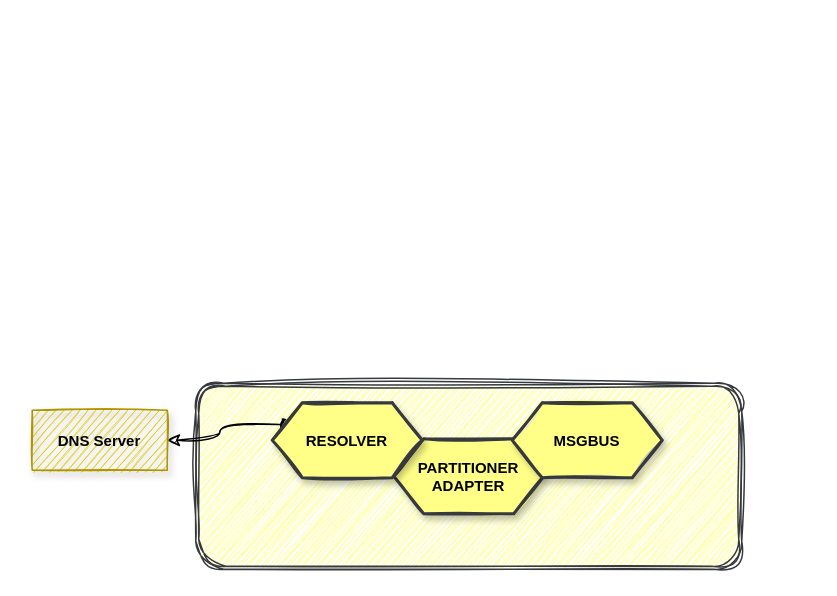
Earlier version of the draw.io diagram page "Partitioner" (4 of 4) of External_submodule.drawio (SunLucc/Test). Source tidied: cells renumbered, new cells numbered last; positions are measured from the earlier drawing's top-left corner, leaving out a move shared by most shapes. Both pictures are drawn from the tidied source at 150%, with x=0, y=0 at pixel (32, 382).
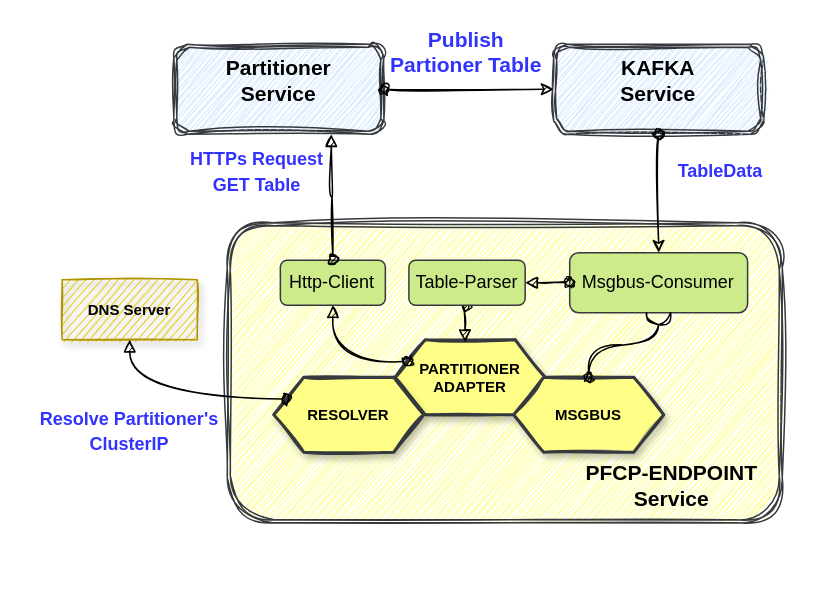
Above is the later version.

Change to the diagram source:
```diff
@@
+    <mxCell id="8" style="group;" parent="1" vertex="1">
+      <mxGeometry y="-236" width="520" height="329" as="geometry" />
+    </mxCell>
-    <mxCell id="2" style="shape=ext;double=1;rounded=1;whiteSpace=wrap;html=1;shadow=0;sketch=1;fillStyle=hachure;fontSize=14;fillColor=#ffff88;curveFitting=1;jiggle=2;strokeColor=#36393d;" parent="1" vertex="1">
-      <mxGeometry x="109" width="364" height="124" as="geometry" />
+    <mxCell id="2" style="shape=ext;double=1;rounded=1;whiteSpace=wrap;html=1;shadow=0;sketch=1;fillStyle=hachure;fontSize=14;fillColor=#ffff88;curveFitting=1;jiggle=2;strokeColor=#36393d;" parent="8" vertex="1">
+      <mxGeometry x="130" y="129" width="370" height="200" as="geometry" />
     </mxCell>
-    <mxCell id="3" value="&lt;b style=&quot;font-size: 10px;&quot;&gt;&lt;font style=&quot;font-size: 10px;&quot;&gt;PARTITIONER&lt;br style=&quot;font-size: 10px;&quot;&gt;ADAPTER&lt;br style=&quot;font-size: 10px;&quot;&gt;&lt;/font&gt;&lt;/b&gt;" style="shape=hexagon;perimeter=hexagonPerimeter2;whiteSpace=wrap;html=1;fixedSize=1;fillStyle=solid;fillColor=#ffff88;strokeColor=#36393d;fontSize=10;rounded=0;shadow=1;sketch=1;strokeWidth=2;" parent="1" vertex="1">
-      <mxGeometry x="241" y="37" width="100" height="50" as="geometry" />
+    <mxCell id="3" value="&lt;b style=&quot;font-size: 10px;&quot;&gt;&lt;font style=&quot;font-size: 10px;&quot;&gt;PARTITIONER&lt;br style=&quot;font-size: 10px;&quot;&gt;ADAPTER&lt;br style=&quot;font-size: 10px;&quot;&gt;&lt;/font&gt;&lt;/b&gt;" style="shape=hexagon;perimeter=hexagonPerimeter2;whiteSpace=wrap;html=1;fixedSize=1;fillStyle=solid;fillColor=#ffff88;strokeColor=#36393d;fontSize=10;rounded=0;shadow=1;sketch=1;strokeWidth=2;" parent="8" vertex="1">
+      <mxGeometry x="242" y="207" width="100" height="50" as="geometry" />
     </mxCell>
-    <mxCell id="4" value="&lt;b style=&quot;font-size: 10px;&quot;&gt;MSGBUS&lt;br&gt;&lt;/b&gt;" style="shape=hexagon;perimeter=hexagonPerimeter2;whiteSpace=wrap;html=1;fixedSize=1;fillStyle=solid;fillColor=#ffff88;strokeColor=#36393d;fontSize=10;rounded=0;shadow=1;sketch=1;strokeWidth=2;" parent="1" vertex="1">
-      <mxGeometry x="320" y="13" width="100" height="50" as="geometry" />
+    <mxCell id="4" value="&lt;b style=&quot;font-size: 10px;&quot;&gt;MSGBUS&lt;br&gt;&lt;/b&gt;" style="shape=hexagon;perimeter=hexagonPerimeter2;whiteSpace=wrap;html=1;fixedSize=1;fillStyle=solid;fillColor=#ffff88;strokeColor=#36393d;fontSize=10;rounded=0;shadow=1;sketch=1;strokeWidth=2;" parent="8" vertex="1">
+      <mxGeometry x="321" y="232" width="100" height="50" as="geometry" />
     </mxCell>
-    <mxCell id="5" style="edgeStyle=orthogonalEdgeStyle;curved=1;sketch=1;jettySize=auto;html=1;exitX=0;exitY=0.25;exitDx=0;exitDy=0;entryX=1;entryY=0.5;entryDx=0;entryDy=0;fontSize=12;fontColor=#000000;startArrow=oval;startFill=1;endArrow=classic;endFill=1;" parent="1" edge="1" source="6" target="7">
-      <mxGeometry relative="1" as="geometry" />
-    </mxCell>
-    <mxCell id="6" value="&lt;b style=&quot;font-size: 10px;&quot;&gt;RESOLVER&lt;/b&gt;" style="shape=hexagon;perimeter=hexagonPerimeter2;whiteSpace=wrap;html=1;fixedSize=1;fillStyle=solid;fillColor=#ffff88;strokeColor=#36393d;fontSize=10;rounded=0;shadow=1;sketch=1;strokeWidth=2;" parent="1" vertex="1">
-      <mxGeometry x="160" y="13" width="100" height="50" as="geometry" />
+    <mxCell id="6" value="&lt;b style=&quot;font-size: 10px;&quot;&gt;RESOLVER&lt;/b&gt;" style="shape=hexagon;perimeter=hexagonPerimeter2;whiteSpace=wrap;html=1;fixedSize=1;fillStyle=solid;fillColor=#ffff88;strokeColor=#36393d;fontSize=10;rounded=0;shadow=1;sketch=1;strokeWidth=2;" parent="8" vertex="1">
+      <mxGeometry x="161" y="232" width="100" height="50" as="geometry" />
     </mxCell>
-    <mxCell id="7" value="&lt;b&gt;DNS Server&lt;/b&gt;" style="whiteSpace=wrap;html=1;fontSize=10;fillColor=#e3c800;strokeColor=#B09500;fillStyle=hachure;rounded=0;shadow=1;sketch=1;fontColor=#000000;" parent="1" vertex="1">
-      <mxGeometry y="18" width="90" height="40" as="geometry" />
+    <mxCell id="7" value="&lt;b&gt;DNS Server&lt;/b&gt;" style="whiteSpace=wrap;html=1;fontSize=10;fillColor=#e3c800;strokeColor=#B09500;fillStyle=hachure;rounded=0;shadow=1;sketch=1;fontColor=#000000;" parent="8" vertex="1">
+      <mxGeometry x="20" y="167" width="90" height="40" as="geometry" />
     </mxCell>
+    <mxCell id="5" style="edgeStyle=orthogonalEdgeStyle;curved=1;sketch=1;jettySize=auto;html=1;exitX=0;exitY=0.25;exitDx=0;exitDy=0;fontSize=12;fontColor=#000000;startArrow=oval;startFill=1;endArrow=block;endFill=1;" parent="8" edge="1" source="6" target="7">
+      <mxGeometry relative="1" as="geometry" />
+    </mxCell>
+    <mxCell id="9" value="Http-Client" style="rounded=1;whiteSpace=wrap;html=1;shadow=0;fillStyle=hachure;fontSize=12;fillColor=#cdeb8b;strokeColor=#36393d;" parent="8" vertex="1">
+      <mxGeometry x="165.4" y="154" width="70" height="30" as="geometry" />
+    </mxCell>
+    <mxCell id="10" style="edgeStyle=orthogonalEdgeStyle;curved=1;sketch=1;jettySize=auto;html=1;exitX=0;exitY=0.25;exitDx=0;exitDy=0;entryX=0.5;entryY=1;entryDx=0;entryDy=0;fontSize=12;fontColor=#000000;startArrow=oval;startFill=1;endArrow=block;endFill=1;" parent="8" edge="1" source="3" target="9">
+      <mxGeometry relative="1" as="geometry" />
+    </mxCell>
+    <mxCell id="11" value="Msgbus-Consumer" style="rounded=1;whiteSpace=wrap;html=1;shadow=0;fillStyle=hachure;fontSize=12;fillColor=#cdeb8b;strokeColor=#36393d;" parent="8" vertex="1">
+      <mxGeometry x="358.3" y="149" width="118.6" height="40" as="geometry" />
+    </mxCell>
+    <mxCell id="12" style="edgeStyle=orthogonalEdgeStyle;curved=1;sketch=1;jettySize=auto;html=1;exitX=0.5;exitY=0;exitDx=0;exitDy=0;entryX=0.5;entryY=1;entryDx=0;entryDy=0;fontSize=12;fontColor=#000000;startArrow=oval;startFill=1;endArrow=halfCircle;endFill=0;" parent="8" edge="1" source="4" target="11">
+      <mxGeometry relative="1" as="geometry" />
+    </mxCell>
+    <mxCell id="13" style="edgeStyle=orthogonalEdgeStyle;curved=1;sketch=1;jettySize=auto;html=1;exitX=0.5;exitY=1;exitDx=0;exitDy=0;entryX=0.465;entryY=0.034;entryDx=0;entryDy=0;entryPerimeter=0;fontSize=12;fontColor=#000000;startArrow=oval;startFill=1;endArrow=block;endFill=1;" parent="8" edge="1" source="14" target="3">
+      <mxGeometry relative="1" as="geometry" />
+    </mxCell>
+    <mxCell id="14" value="Table-Parser" style="rounded=1;whiteSpace=wrap;html=1;shadow=0;fillStyle=hachure;fontSize=12;fillColor=#cdeb8b;strokeColor=#36393d;" parent="8" vertex="1">
+      <mxGeometry x="251.1" y="154" width="77.5" height="30" as="geometry" />
+    </mxCell>
+    <mxCell id="15" style="edgeStyle=orthogonalEdgeStyle;curved=1;sketch=1;jettySize=auto;html=1;exitX=0;exitY=0.5;exitDx=0;exitDy=0;entryX=1;entryY=0.5;entryDx=0;entryDy=0;fontSize=12;fontColor=#000000;startArrow=oval;startFill=1;endArrow=block;endFill=1;" parent="8" edge="1" source="11" target="14">
+      <mxGeometry relative="1" as="geometry" />
+    </mxCell>
+    <mxCell id="16" value="&lt;b&gt;PFCP-ENDPOINT&lt;br&gt;Service&lt;br&gt;&lt;/b&gt;" style="text;html=1;strokeColor=none;fillColor=none;align=center;verticalAlign=middle;whiteSpace=wrap;rounded=0;shadow=0;sketch=1;fillStyle=hachure;fontSize=14;fontColor=#000000;" parent="8" vertex="1">
+      <mxGeometry x="363.6" y="289" width="125" height="30" as="geometry" />
+    </mxCell>
+    <mxCell id="17" style="group;" parent="8" vertex="1">
+      <mxGeometry x="94.4" width="393.2" height="70" as="geometry" />
+    </mxCell>
+    <mxCell id="18" style="group;" parent="17" vertex="1">
+      <mxGeometry y="10" width="140" height="60" as="geometry" />
+    </mxCell>
+    <mxCell id="19" style="shape=ext;double=1;rounded=1;whiteSpace=wrap;html=1;shadow=0;sketch=1;fillStyle=hachure;fontSize=14;fillColor=#cce5ff;curveFitting=1;jiggle=2;strokeColor=#36393d;" parent="18" vertex="1">
+      <mxGeometry width="140" height="60" as="geometry" />
+    </mxCell>
+    <mxCell id="20" value="&lt;b&gt;Partitioner Service&lt;/b&gt;" style="text;html=1;strokeColor=none;fillColor=none;align=center;verticalAlign=middle;whiteSpace=wrap;rounded=0;shadow=0;sketch=1;fillStyle=hachure;fontSize=14;fontColor=#000000;" parent="18" vertex="1">
+      <mxGeometry x="20.3" y="9" width="99.4" height="30" as="geometry" />
+    </mxCell>
+    <mxCell id="21" style="group;" parent="17" vertex="1">
+      <mxGeometry x="253.2" y="10" width="140" height="60" as="geometry" />
+    </mxCell>
+    <mxCell id="22" style="shape=ext;double=1;rounded=1;whiteSpace=wrap;html=1;shadow=0;sketch=1;fillStyle=hachure;fontSize=14;fillColor=#cce5ff;curveFitting=1;jiggle=2;strokeColor=#36393d;" parent="21" vertex="1">
+      <mxGeometry width="140" height="60" as="geometry" />
+    </mxCell>
+    <mxCell id="23" value="&lt;b&gt;KAFKA Service&lt;/b&gt;" style="text;html=1;strokeColor=none;fillColor=none;align=center;verticalAlign=middle;whiteSpace=wrap;rounded=0;shadow=0;sketch=1;fillStyle=hachure;fontSize=14;fontColor=#000000;" parent="21" vertex="1">
+      <mxGeometry x="20.3" y="9" width="99.4" height="30" as="geometry" />
+    </mxCell>
+    <mxCell id="24" style="edgeStyle=orthogonalEdgeStyle;curved=1;sketch=1;jettySize=auto;html=1;fontSize=12;fontColor=#000000;startArrow=oval;startFill=1;endArrow=classic;endFill=1;entryX=0;entryY=0.5;entryDx=0;entryDy=0;" parent="17" edge="1" source="19" target="22">
+      <mxGeometry relative="1" as="geometry" />
+    </mxCell>
+    <mxCell id="25" value="&lt;b&gt;Publish &lt;br&gt;Partioner Table&lt;/b&gt;" style="text;html=1;strokeColor=none;fillColor=none;align=center;verticalAlign=middle;whiteSpace=wrap;rounded=0;shadow=0;dashed=0;labelBackgroundColor=none;sketch=0;fillStyle=cross-hatch;fontFamily=Helvetica;fontSize=14;fontColor=#3333FF;" parent="17" vertex="1">
+      <mxGeometry x="140.5" width="109" height="30" as="geometry" />
+    </mxCell>
+    <mxCell id="26" style="edgeStyle=orthogonalEdgeStyle;curved=1;sketch=1;jettySize=auto;html=1;exitX=0.5;exitY=0;exitDx=0;exitDy=0;entryX=0.75;entryY=1;entryDx=0;entryDy=0;fontSize=12;fontColor=#000000;startArrow=oval;startFill=1;endArrow=block;endFill=1;" parent="8" edge="1" source="9" target="19">
+      <mxGeometry relative="1" as="geometry" />
+    </mxCell>
+    <mxCell id="27" style="edgeStyle=orthogonalEdgeStyle;curved=1;sketch=1;jettySize=auto;html=1;exitX=0.5;exitY=1;exitDx=0;exitDy=0;fontSize=12;fontColor=#000000;startArrow=oval;startFill=1;endArrow=classic;endFill=0;" parent="8" edge="1" source="22" target="11">
+      <mxGeometry relative="1" as="geometry" />
+    </mxCell>
+    <mxCell id="28" value="&lt;font style=&quot;font-size: 12px;&quot;&gt;HTTPs Request&lt;br&gt;GET Table&lt;br&gt;&lt;/font&gt;" style="text;html=1;strokeColor=none;fillColor=none;align=center;verticalAlign=middle;whiteSpace=wrap;rounded=0;shadow=0;dashed=0;labelBackgroundColor=none;sketch=0;fillStyle=cross-hatch;fontFamily=Helvetica;fontSize=14;fontColor=#3333FF;fontStyle=1;" parent="8" vertex="1">
+      <mxGeometry x="95.4" y="79" width="110" height="30" as="geometry" />
+    </mxCell>
+    <mxCell id="29" value="&lt;font style=&quot;font-size: 12px;&quot;&gt;TableData&lt;br&gt;&lt;/font&gt;" style="text;html=1;strokeColor=none;fillColor=none;align=center;verticalAlign=middle;whiteSpace=wrap;rounded=0;shadow=0;dashed=0;labelBackgroundColor=none;sketch=0;fillStyle=cross-hatch;fontFamily=Helvetica;fontSize=14;fontColor=#3333FF;fontStyle=1;" parent="8" vertex="1">
+      <mxGeometry x="404" y="79" width="110" height="30" as="geometry" />
+    </mxCell>
+    <mxCell id="30" value="&lt;span style=&quot;font-size: 12px;&quot;&gt;Resolve Partitioner's ClusterIP&lt;/span&gt;" style="text;html=1;strokeColor=none;fillColor=none;align=center;verticalAlign=middle;whiteSpace=wrap;rounded=0;shadow=0;dashed=0;labelBackgroundColor=none;sketch=0;fillStyle=cross-hatch;fontFamily=Helvetica;fontSize=14;fontColor=#3333FF;fontStyle=1;" parent="8" vertex="1">
+      <mxGeometry y="252" width="130" height="30" as="geometry" />
+    </mxCell>
```
